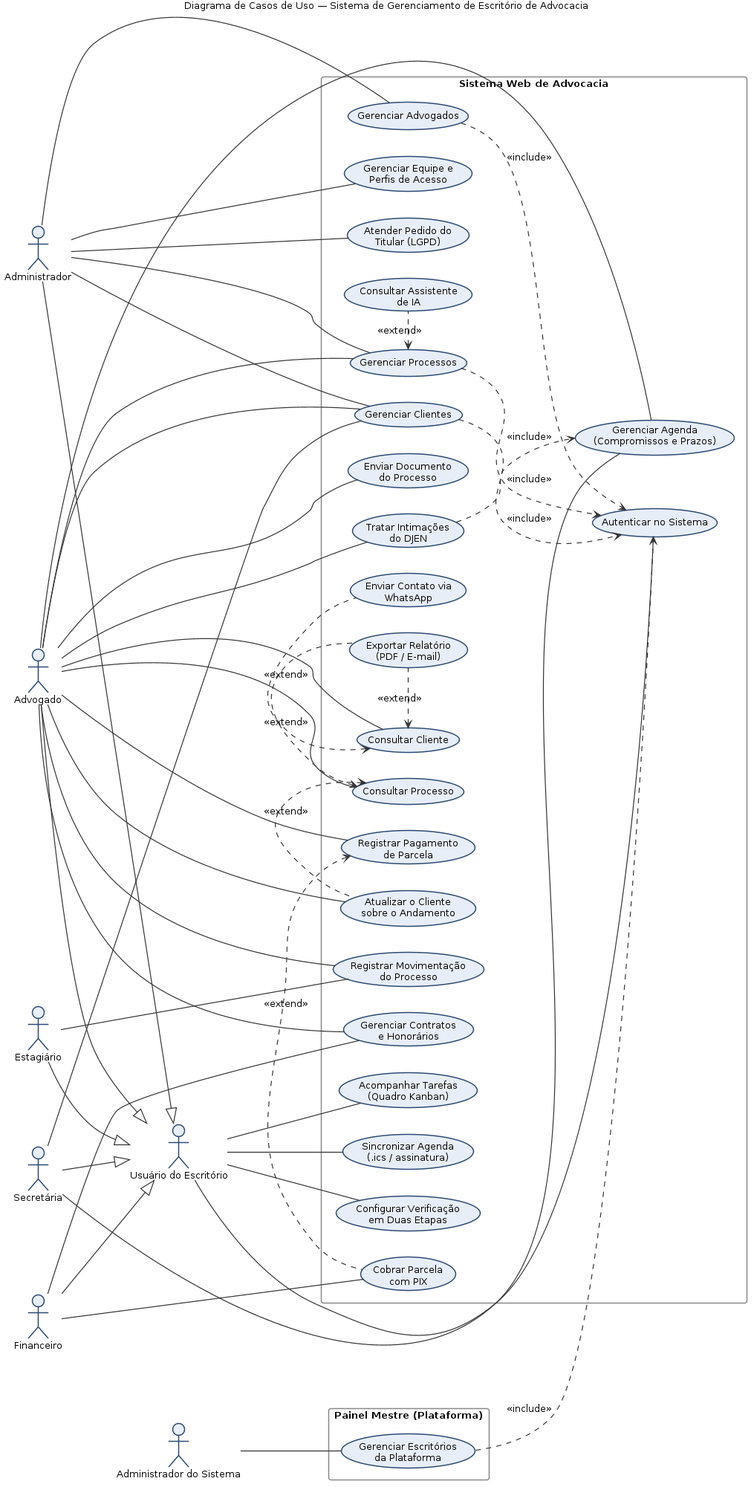
Above: docs/tcc/diagramas/casos_de_uso.png in guimunhoz13/TCCrepository (PlantUML), before the change. Its source is kept beside it as docs/tcc/diagramas/casos_de_uso.puml. Its diagram source:
```plantuml
@startuml
!include skinparam.iuml
left to right direction
title Diagrama de Casos de Uso — Sistema de Gerenciamento de Escritório de Advocacia

actor "Usuário do Escritório" as Usuario
actor Administrador
actor Advogado
actor "Estagiário" as Estagiario
actor Financeiro
actor "Secretária" as Secretaria
actor "Administrador do Sistema" as SuperAdmin

Administrador --|> Usuario
Advogado --|> Usuario
Estagiario --|> Usuario
Financeiro --|> Usuario
Secretaria --|> Usuario

rectangle "Sistema Web de Advocacia" {
  usecase "Autenticar no Sistema" as UC1
  usecase "Gerenciar Clientes" as UC2
  usecase "Gerenciar Processos" as UC3
  usecase "Registrar Movimentação\ndo Processo" as UC4
  usecase "Gerenciar Agenda\n(Compromissos e Prazos)" as UC5
  usecase "Gerenciar Contratos\ne Honorários" as UC6
  usecase "Registrar Pagamento\nde Parcela" as UC7
  usecase "Consultar Cliente" as UC8
  usecase "Consultar Processo" as UC9
  usecase "Exportar Relatório\n(PDF / E-mail)" as UC10
  usecase "Enviar Contato via\nWhatsApp" as UC11
  usecase "Consultar Assistente\nde IA" as UC12
  usecase "Gerenciar Advogados" as UC13
  usecase "Enviar Documento\ndo Processo" as UC14
  usecase "Gerenciar Equipe e\nPerfis de Acesso" as UC16
  usecase "Configurar Verificação\nem Duas Etapas" as UC17
  usecase "Atender Pedido do\nTitular (LGPD)" as UC18
  usecase "Tratar Intimações\ndo DJEN" as UC19
  usecase "Cobrar Parcela\ncom PIX" as UC20
  usecase "Atualizar o Cliente\nsobre o Andamento" as UC21
  usecase "Acompanhar Tarefas\n(Quadro Kanban)" as UC22
  usecase "Sincronizar Agenda\n(.ics / assinatura)" as UC23
}

rectangle "Painel Mestre (Plataforma)" {
  usecase "Gerenciar Escritórios\nda Plataforma" as UC15
}

Usuario -- UC1
Advogado -- UC2
Advogado -- UC3
Advogado -- UC4
Advogado -- UC5
Advogado -- UC6
Advogado -- UC7
Advogado -- UC8
Advogado -- UC9
Advogado -- UC14
Administrador -- UC13
Administrador -- UC2
Administrador -- UC3
SuperAdmin -- UC15
Usuario -- UC17
Usuario -- UC22
Usuario -- UC23
Administrador -- UC16
Administrador -- UC18
Advogado -- UC19
Advogado -- UC21
Financeiro -- UC6
Financeiro -- UC20
Estagiario -- UC4
Secretaria -- UC5
Secretaria -- UC2

UC8 <. UC10 : <<extend>>
UC9 <. UC10 : <<extend>>
UC8 <. UC11 : <<extend>>
UC3 <. UC12 : <<extend>>
UC2 ..> UC1 : <<include>>
UC3 ..> UC1 : <<include>>
UC13 ..> UC1 : <<include>>
UC15 ..> UC1 : <<include>>
UC19 ..> UC5 : <<include>>
UC7 <. UC20 : <<extend>>
UC9 <. UC21 : <<extend>>

@enduml
```
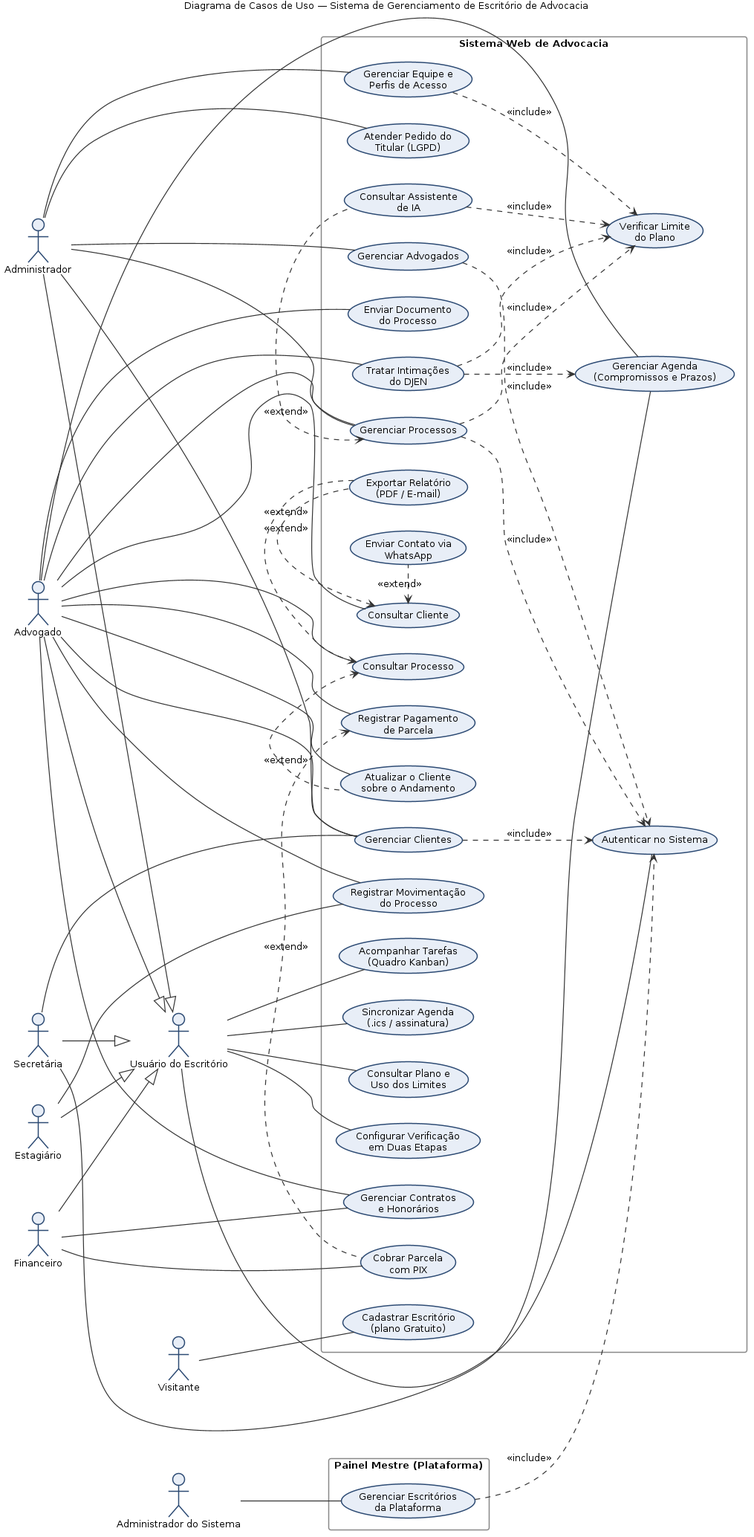
After the change.

Change to the diagram source:
```diff
@@ -10,6 +10,7 @@
 actor Financeiro
 actor "Secretária" as Secretaria
 actor "Administrador do Sistema" as SuperAdmin
+actor "Visitante" as Visitante
 
 Administrador --|> Usuario
 Advogado --|> Usuario
@@ -40,6 +41,9 @@
   usecase "Atualizar o Cliente\nsobre o Andamento" as UC21
   usecase "Acompanhar Tarefas\n(Quadro Kanban)" as UC22
   usecase "Sincronizar Agenda\n(.ics / assinatura)" as UC23
+  usecase "Cadastrar Escritório\n(plano Gratuito)" as UC24
+  usecase "Consultar Plano e\nUso dos Limites" as UC25
+  usecase "Verificar Limite\ndo Plano" as UC26
 }
 
 rectangle "Painel Mestre (Plataforma)" {
@@ -84,5 +88,11 @@
 UC19 ..> UC5 : <<include>>
 UC7 <. UC20 : <<extend>>
 UC9 <. UC21 : <<extend>>
+Visitante -- UC24
+Usuario -- UC25
+UC3 ..> UC26 : <<include>>
+UC16 ..> UC26 : <<include>>
+UC12 ..> UC26 : <<include>>
+UC19 ..> UC26 : <<include>>
 
 @enduml
```
